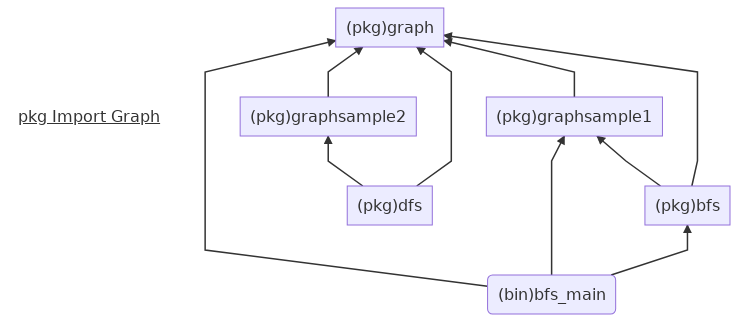
wangyoucao577/algorithms_practice keeps this Mermaid diagram as golang_pkg_import_graph.mmd.png. Above is the earlier version. Its source is kept beside it as golang_pkg_import_graph.mmd.
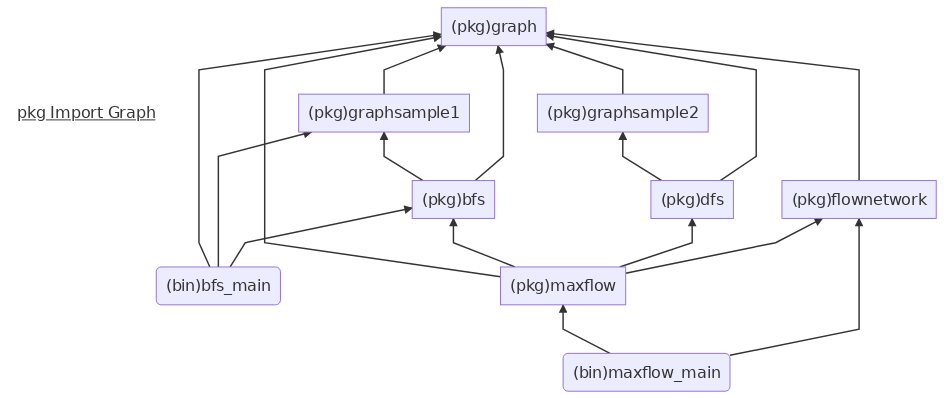
After the commit.

Commit message:
update import relationship

The edit, as a diff of the source:
```diff
@@ -20,3 +20,14 @@
 pkgdfs["(pkg)dfs"] --> pkggraph
 pkgdfs --> pkggraphsample2
 
+pkgflownetwork["(pkg)flownetwork"] --> pkggraph
+
+pkgmaxflow["(pkg)maxflow"] --> pkgflownetwork
+pkgmaxflow --> pkgdfs
+pkgmaxflow --> pkgbfs
+pkgmaxflow --> pkggraph
+
+
+maxflow_main("(bin)maxflow_main") --> pkgflownetwork
+maxflow_main("(bin)maxflow_main") --> pkgmaxflow
+
```
